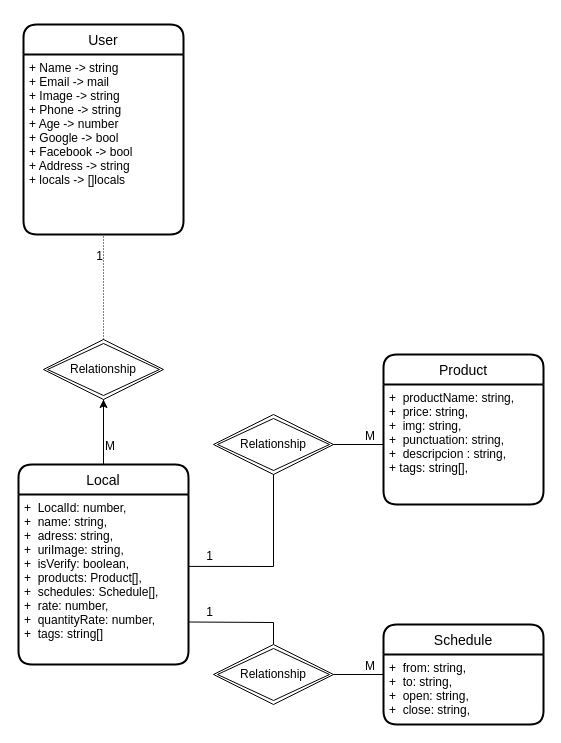
The draw.io diagram page "Database" (1 of 5) of Documentation/Database.drawio in VictorVMHC/Located.API, before the edit. Source tidied: cells renumbered, new cells numbered last; positions are measured from the earlier drawing's top-left corner, leaving out a move shared by most shapes. Both pictures are drawn from the tidied source at 100%, with x=0, y=0 at pixel (18, 24).
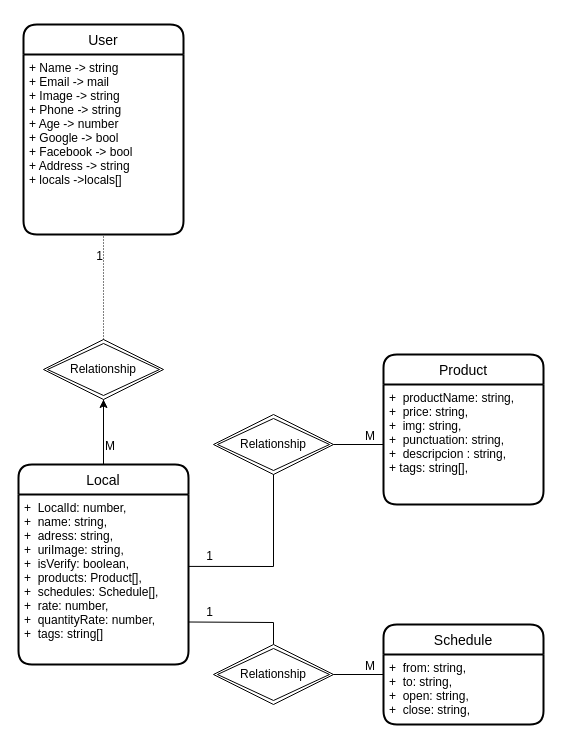
After the change.

Unchanged cells that the change refers to:
```xml
<mxCell id="3" value="User" style="swimlane;horizontal=1;startSize=30;rounded=1;fontSize=14;fontStyle=0;strokeWidth=2;shadow=0;dashed=0;align=center;" parent="1" vertex="1">
  <mxGeometry x="5" width="160" height="210" as="geometry" />
</mxCell>
```

The edit, as a diff of the source:
```diff
@@
-    <mxCell id="4" value="+ Name -&gt; string&#10;+ Email -&gt; mail&#10;+ Image -&gt; string&#10;+ Phone -&gt; string&#10;+ Age -&gt; number&#10;+ Google -&gt; bool&#10;+ Facebook -&gt; bool&#10;+ Address -&gt; string&#10;+ locals -&gt; []locals&#10;&#10;" style="align=left;strokeColor=none;fillColor=none;spacingLeft=4;fontSize=12;verticalAlign=top;" parent="3" vertex="1">
+    <mxCell id="4" value="+ Name -&gt; string&#10;+ Email -&gt; mail&#10;+ Image -&gt; string&#10;+ Phone -&gt; string&#10;+ Age -&gt; number&#10;+ Google -&gt; bool&#10;+ Facebook -&gt; bool&#10;+ Address -&gt; string&#10;+ locals -&gt;locals[]&#10;" style="align=left;strokeColor=none;fillColor=none;spacingLeft=4;fontSize=12;verticalAlign=top;" parent="3" vertex="1">
       <mxGeometry y="30" width="160" height="180" as="geometry" />
     </mxCell>
```
